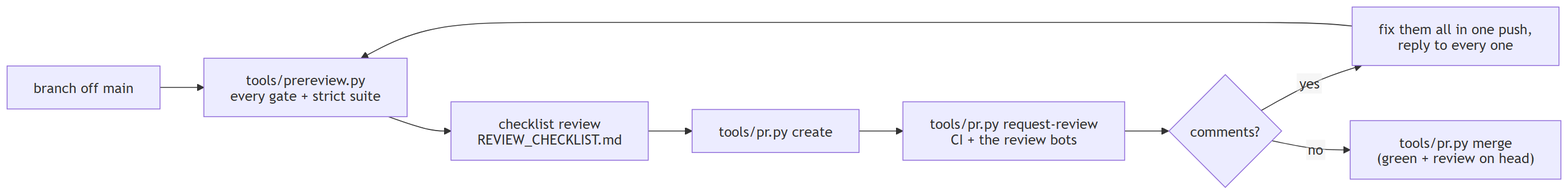
myersben9/fdia-graph keeps this Mermaid diagram as docs/figures/diagrams/contributing_pr_flow.png. Above is the earlier version. Its source is kept beside it as docs/figures/diagrams/contributing_pr_flow.mmd.
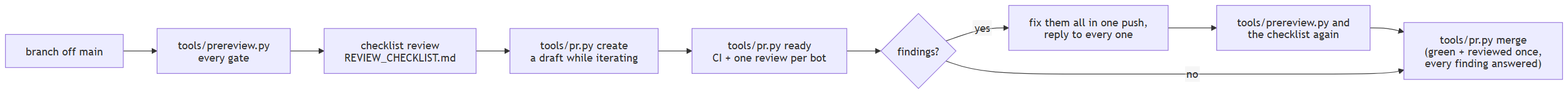
After the change.

Change to the diagram source:
```diff
@@ -1,9 +1,10 @@
 flowchart LR
-    A[branch off main] --> B["tools/prereview.py<br/>every gate + strict suite"]
+    A[branch off main] --> B["tools/prereview.py<br/>every gate"]
     B --> C[checklist review<br/>REVIEW_CHECKLIST.md]
-    C --> D["tools/pr.py create"]
-    D --> E["tools/pr.py request-review<br/>CI + the review bots"]
-    E --> F{comments?}
+    C --> D["tools/pr.py create<br/>a draft while iterating"]
+    D --> E["tools/pr.py ready<br/>CI + one review per bot"]
+    E --> F{findings?}
     F -- yes --> G[fix them all in one push,<br/>reply to every one]
-    G --> B
-    F -- no --> H["tools/pr.py merge<br/>(green + review on head)"]
+    G --> R["tools/prereview.py and<br/>the checklist again"]
+    R --> H
+    F -- no --> H["tools/pr.py merge<br/>(green + reviewed once,<br/>every finding answered)"]
```
